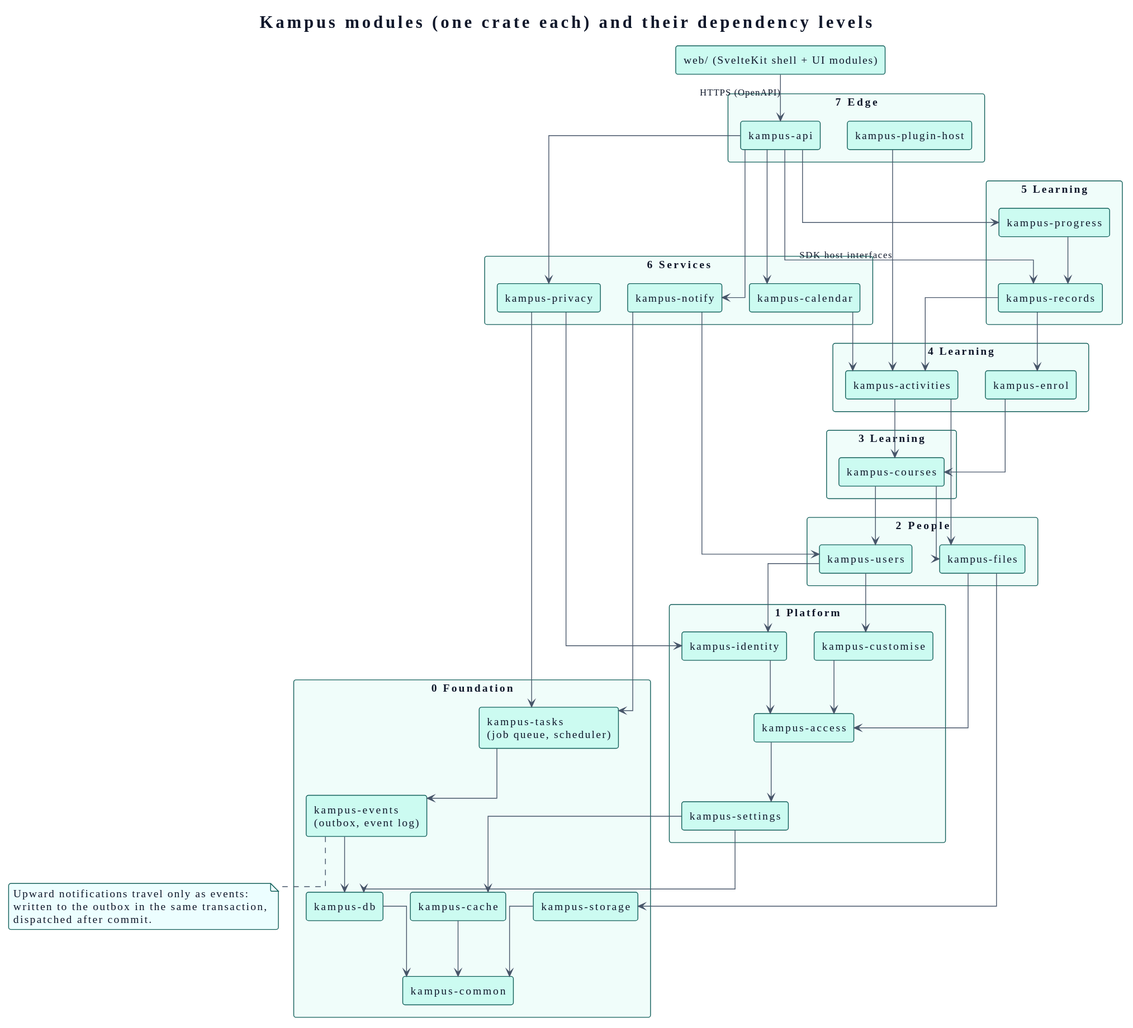
Before: docs/03-design/components/components.svg, a diagram exported from PlantUML (didactika/kampus).
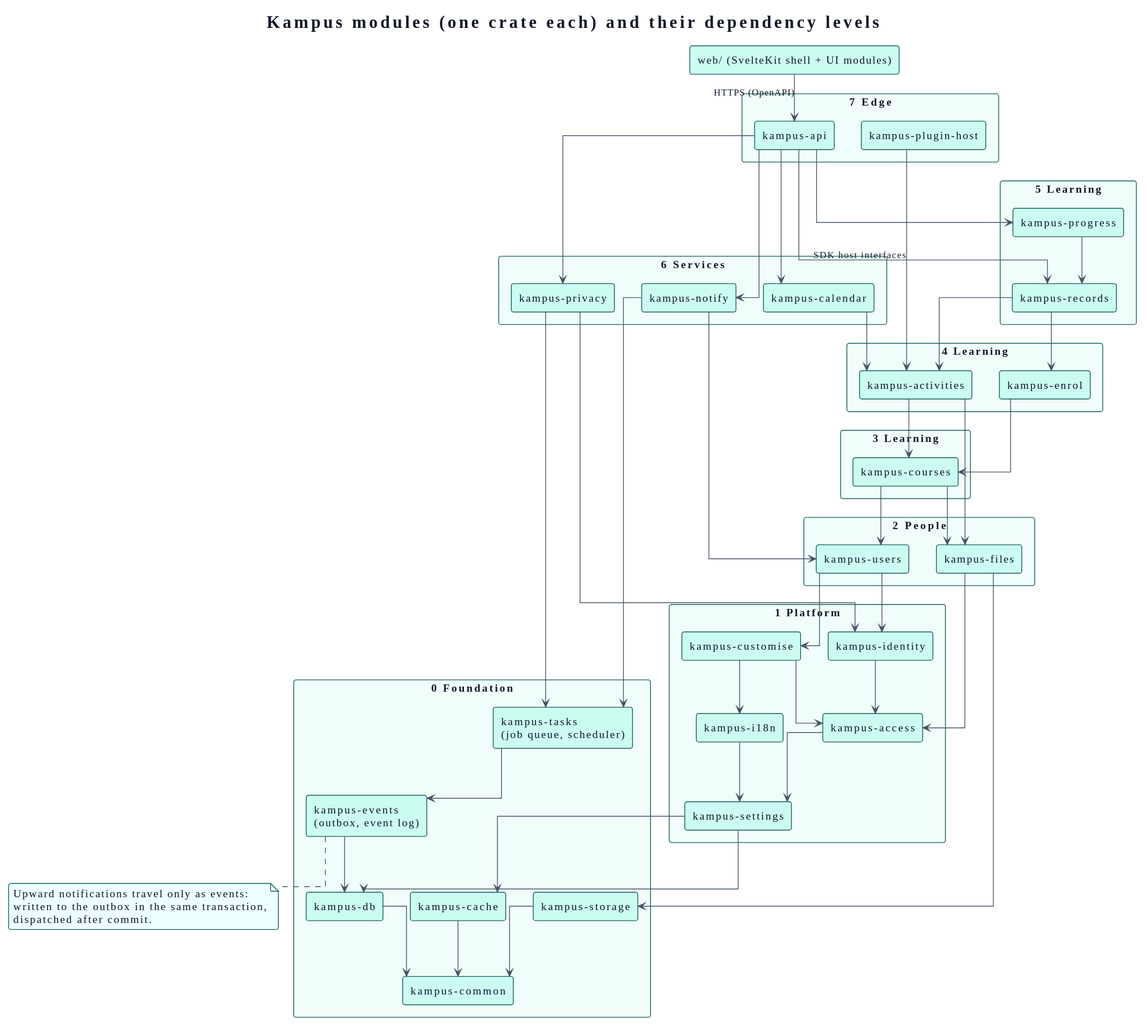
Above is the later version.

Change to the diagram source:
```diff
@@ -142,6 +142,7 @@
 
 package "1 Platform" {
   component "kampus-settings" as settings
+  component "kampus-i18n" as i18n
   component "kampus-access" as access
   component "kampus-identity" as identity
   component "kampus-customise" as customise
@@ -182,6 +183,8 @@
 files --> access
 identity --> access
 customise --> access
+customise --> i18n
+i18n --> settings
 access --> settings
 settings --> cache
 settings --> db
```
